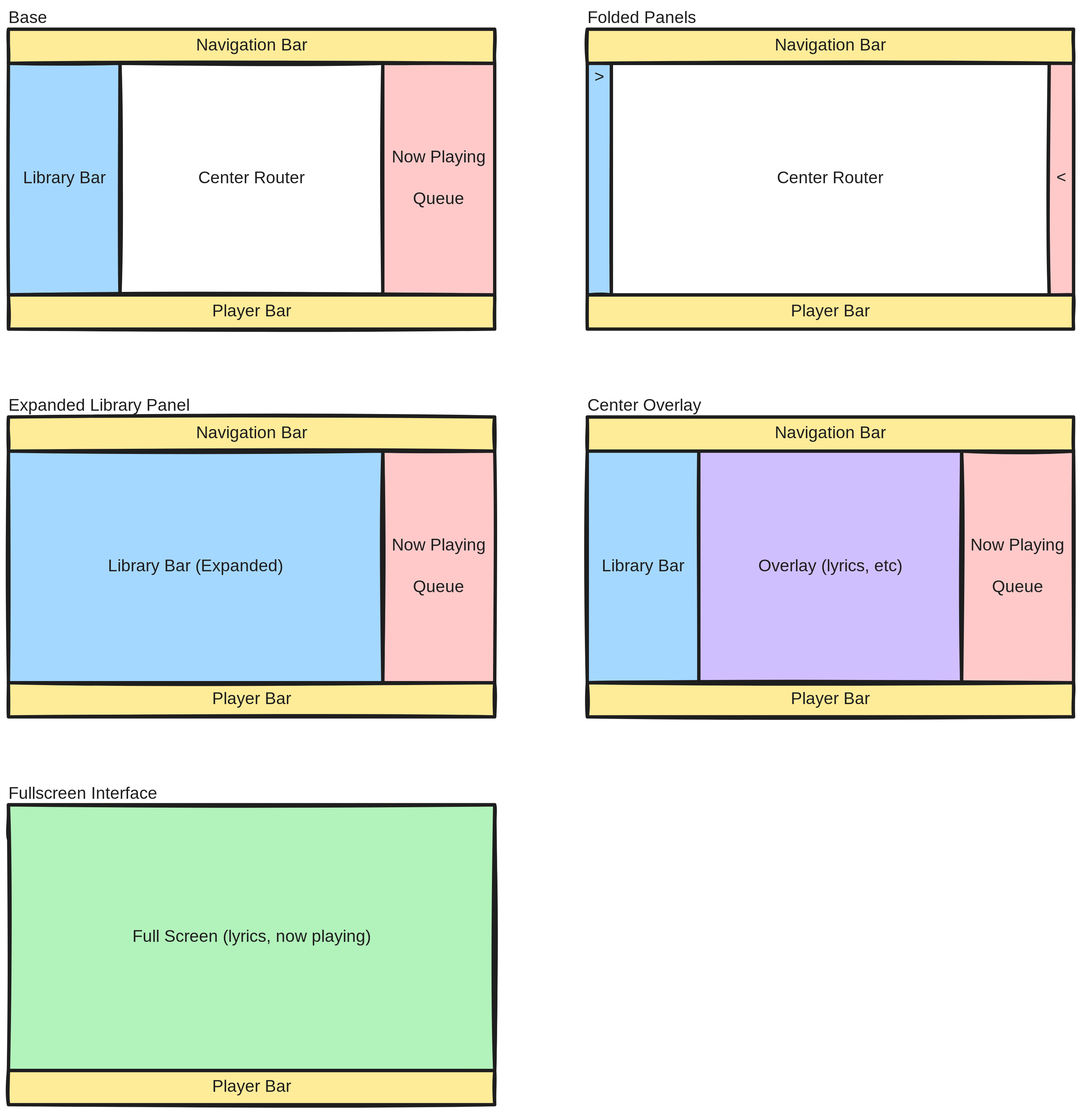
oktomusic/oktomusic keeps this Excalidraw diagram as docs/common/interface.excalidraw.svg. Above is the earlier version. Source tidied: one line per element, renumbered; positions are measured from the earlier drawing's top-left corner, leaving out a move shared by most shapes. Its diagram source:
```json
{"id": 0, "type": "rectangle", "strokeColor": "#1e1e1e", "backgroundColor": "#ffffff", "fillStyle": "solid", "strokeWidth": 4, "roughness": 1, "x": 134, "y": 66, "width": 315, "height": 278}
{"id": 1, "type": "text", "text": "Center Router", "strokeColor": "#1e1e1e", "backgroundColor": "#ffec99", "fillStyle": "solid", "strokeWidth": 4, "roughness": 1, "fontSize": 20, "fontFamily": 5, "textAlign": "center", "verticalAlign": "middle", "inside": 0, "x": 221, "y": 192, "width": 140, "height": 25}
{"id": 2, "type": "rectangle", "strokeColor": "#1e1e1e", "backgroundColor": "#ffc9c9", "fillStyle": "solid", "strokeWidth": 4, "roughness": 1, "x": 449, "y": 66, "width": 134, "height": 278}
{"id": 3, "type": "text", "text": "Now Playing\n\nQueue", "strokeColor": "#1e1e1e", "strokeWidth": 4, "strokeStyle": "dotted", "roughness": 1, "fontSize": 20, "fontFamily": 5, "textAlign": "center", "verticalAlign": "middle", "inside": 2, "x": 459, "y": 167, "width": 114, "height": 75}
{"id": 4, "type": "rectangle", "strokeColor": "#1e1e1e", "backgroundColor": "#a5d8ff", "fillStyle": "solid", "strokeWidth": 4, "roughness": 1, "x": 0, "y": 66, "width": 134, "height": 278}
{"id": 5, "type": "text", "text": "Library Bar", "strokeColor": "#1e1e1e", "backgroundColor": "#ffec99", "fillStyle": "solid", "strokeWidth": 4, "roughness": 1, "fontSize": 20, "fontFamily": 5, "textAlign": "center", "verticalAlign": "middle", "inside": 4, "x": 13, "y": 192, "width": 108, "height": 25}
{"id": 6, "type": "rectangle", "strokeColor": "#1e1e1e", "backgroundColor": "#ffec99", "fillStyle": "solid", "strokeWidth": 4, "roughness": 1, "x": 0, "y": 25, "width": 583, "height": 41}
{"id": 7, "type": "text", "text": "Navigation Bar", "strokeColor": "#1e1e1e", "backgroundColor": "#ffec99", "fillStyle": "solid", "strokeWidth": 4, "roughness": 1, "fontSize": 20, "fontFamily": 5, "textAlign": "center", "verticalAlign": "middle", "inside": 6, "x": 220, "y": 33, "width": 143, "height": 25}
{"id": 8, "type": "rectangle", "strokeColor": "#1e1e1e", "backgroundColor": "#ffec99", "fillStyle": "solid", "strokeWidth": 4, "roughness": 1, "x": 0, "y": 343, "width": 583, "height": 41}
{"id": 9, "type": "text", "text": "Player Bar", "strokeColor": "#1e1e1e", "backgroundColor": "#ffec99", "fillStyle": "solid", "strokeWidth": 4, "roughness": 1, "fontSize": 20, "fontFamily": 5, "textAlign": "center", "verticalAlign": "middle", "inside": 8, "x": 240, "y": 351, "width": 103, "height": 25}
{"id": 10, "type": "rectangle", "strokeColor": "#1e1e1e", "strokeWidth": 4, "roughness": 1, "x": 134, "y": 531, "width": 315, "height": 278}
{"id": 11, "type": "text", "text": "Center Router", "strokeColor": "#1e1e1e", "backgroundColor": "#ffec99", "fillStyle": "solid", "strokeWidth": 4, "roughness": 1, "fontSize": 20, "fontFamily": 5, "textAlign": "center", "verticalAlign": "middle", "inside": 10, "x": 221, "y": 657, "width": 140, "height": 25}
{"id": 12, "type": "rectangle", "strokeColor": "#1e1e1e", "backgroundColor": "#ffc9c9", "fillStyle": "solid", "strokeWidth": 4, "roughness": 1, "x": 449, "y": 531, "width": 134, "height": 278}
{"id": 13, "type": "text", "text": "Now Playing\n\nQueue", "strokeColor": "#1e1e1e", "strokeWidth": 4, "strokeStyle": "dotted", "roughness": 1, "fontSize": 20, "fontFamily": 5, "textAlign": "center", "verticalAlign": "middle", "inside": 12, "x": 459, "y": 632, "width": 114, "height": 75}
{"id": 14, "type": "rectangle", "strokeColor": "#1e1e1e", "backgroundColor": "#a5d8ff", "fillStyle": "solid", "strokeWidth": 4, "roughness": 1, "x": 0, "y": 531, "width": 449, "height": 278}
{"id": 15, "type": "text", "text": "Library Bar (Expanded)", "strokeColor": "#1e1e1e", "backgroundColor": "#ffec99", "fillStyle": "solid", "strokeWidth": 4, "roughness": 1, "fontSize": 20, "fontFamily": 5, "textAlign": "center", "verticalAlign": "middle", "inside": 14, "x": 111, "y": 657, "width": 226, "height": 25}
{"id": 16, "type": "rectangle", "strokeColor": "#1e1e1e", "backgroundColor": "#ffec99", "fillStyle": "solid", "strokeWidth": 4, "roughness": 1, "x": 0, "y": 490, "width": 583, "height": 41}
{"id": 17, "type": "text", "text": "Navigation Bar", "strokeColor": "#1e1e1e", "backgroundColor": "#ffec99", "fillStyle": "solid", "strokeWidth": 4, "roughness": 1, "fontSize": 20, "fontFamily": 5, "textAlign": "center", "verticalAlign": "middle", "inside": 16, "x": 220, "y": 498, "width": 143, "height": 25}
{"id": 18, "type": "rectangle", "strokeColor": "#1e1e1e", "backgroundColor": "#ffec99", "fillStyle": "solid", "strokeWidth": 4, "roughness": 1, "x": 0, "y": 808, "width": 583, "height": 41}
{"id": 19, "type": "text", "text": "Player Bar", "strokeColor": "#1e1e1e", "backgroundColor": "#ffec99", "fillStyle": "solid", "strokeWidth": 4, "roughness": 1, "fontSize": 20, "fontFamily": 5, "textAlign": "center", "verticalAlign": "middle", "inside": 18, "x": 240, "y": 816, "width": 103, "height": 25}
{"id": 20, "type": "rectangle", "strokeColor": "#1e1e1e", "strokeWidth": 4, "roughness": 1, "x": 134, "y": 995, "width": 315, "height": 278}
{"id": 21, "type": "text", "text": "Center Router", "strokeColor": "#1e1e1e", "backgroundColor": "#ffec99", "fillStyle": "solid", "strokeWidth": 4, "roughness": 1, "fontSize": 20, "fontFamily": 5, "textAlign": "center", "verticalAlign": "middle", "inside": 20, "x": 221, "y": 1122, "width": 140, "height": 25}
{"id": 22, "type": "rectangle", "strokeColor": "#1e1e1e", "backgroundColor": "#ffc9c9", "fillStyle": "solid", "strokeWidth": 4, "roughness": 1, "x": 449, "y": 995, "width": 134, "height": 278}
{"id": 23, "type": "text", "text": "Now Playing\n\nQueue", "strokeColor": "#1e1e1e", "strokeWidth": 4, "strokeStyle": "dotted", "roughness": 1, "fontSize": 20, "fontFamily": 5, "textAlign": "center", "verticalAlign": "middle", "inside": 22, "x": 459, "y": 1097, "width": 114, "height": 75}
{"id": 24, "type": "rectangle", "strokeColor": "#1e1e1e", "backgroundColor": "#ffec99", "fillStyle": "solid", "strokeWidth": 4, "roughness": 1, "x": 0, "y": 954, "width": 583, "height": 41}
{"id": 25, "type": "text", "text": "Navigation Bar", "strokeColor": "#1e1e1e", "backgroundColor": "#ffec99", "fillStyle": "solid", "strokeWidth": 4, "roughness": 1, "fontSize": 20, "fontFamily": 5, "textAlign": "center", "verticalAlign": "middle", "inside": 24, "x": 220, "y": 962, "width": 143, "height": 25}
{"id": 26, "type": "rectangle", "strokeColor": "#1e1e1e", "backgroundColor": "#b2f2bb", "fillStyle": "solid", "strokeWidth": 4, "roughness": 1, "x": 0, "y": 954, "width": 583, "height": 318}
{"id": 27, "type": "text", "text": "Full Screen (lyrics, now playing)", "strokeColor": "#1e1e1e", "backgroundColor": "#ffec99", "fillStyle": "solid", "strokeWidth": 4, "roughness": 1, "fontSize": 20, "fontFamily": 5, "textAlign": "center", "verticalAlign": "middle", "inside": 26, "x": 142, "y": 1101, "width": 299, "height": 25}
{"id": 28, "type": "rectangle", "strokeColor": "#1e1e1e", "backgroundColor": "#ffec99", "fillStyle": "solid", "strokeWidth": 4, "roughness": 1, "x": 0, "y": 1273, "width": 583, "height": 41}
{"id": 29, "type": "text", "text": "Player Bar", "strokeColor": "#1e1e1e", "backgroundColor": "#ffec99", "fillStyle": "solid", "strokeWidth": 4, "roughness": 1, "fontSize": 20, "fontFamily": 5, "textAlign": "center", "verticalAlign": "middle", "inside": 28, "x": 240, "y": 1281, "width": 103, "height": 25}
{"id": 30, "type": "rectangle", "strokeColor": "#1e1e1e", "backgroundColor": "#ffffff", "fillStyle": "solid", "strokeWidth": 4, "roughness": 1, "x": 722, "y": 66, "width": 525, "height": 278}
{"id": 31, "type": "text", "text": "Center Router", "strokeColor": "#1e1e1e", "backgroundColor": "#ffec99", "fillStyle": "solid", "strokeWidth": 4, "roughness": 1, "fontSize": 20, "fontFamily": 5, "textAlign": "center", "verticalAlign": "middle", "inside": 30, "x": 915, "y": 192, "width": 140, "height": 25}
{"id": 32, "type": "rectangle", "strokeColor": "#1e1e1e", "backgroundColor": "#ffc9c9", "fillStyle": "solid", "strokeWidth": 4, "roughness": 1, "x": 1247, "y": 65, "width": 29, "height": 278}
{"id": 33, "type": "text", "text": "<", "strokeColor": "#1e1e1e", "strokeWidth": 4, "strokeStyle": "dotted", "roughness": 1, "fontSize": 20, "fontFamily": 5, "textAlign": "center", "verticalAlign": "middle", "inside": 32, "x": 1256, "y": 192, "width": 11, "height": 25}
{"id": 34, "type": "rectangle", "strokeColor": "#1e1e1e", "backgroundColor": "#a5d8ff", "fillStyle": "solid", "strokeWidth": 4, "roughness": 1, "x": 694, "y": 66, "width": 29, "height": 278}
{"id": 35, "type": "text", "text": ">", "strokeColor": "#1e1e1e", "backgroundColor": "#ffec99", "fillStyle": "solid", "strokeWidth": 4, "roughness": 1, "fontSize": 20, "fontFamily": 5, "textAlign": "center", "inside": 34, "x": 703, "y": 71, "width": 11, "height": 25}
{"id": 36, "type": "rectangle", "strokeColor": "#1e1e1e", "backgroundColor": "#ffec99", "fillStyle": "solid", "strokeWidth": 4, "roughness": 1, "x": 694, "y": 25, "width": 583, "height": 41}
{"id": 37, "type": "text", "text": "Navigation Bar", "strokeColor": "#1e1e1e", "backgroundColor": "#ffec99", "fillStyle": "solid", "strokeWidth": 4, "roughness": 1, "fontSize": 20, "fontFamily": 5, "textAlign": "center", "verticalAlign": "middle", "inside": 36, "x": 913, "y": 33, "width": 143, "height": 25}
{"id": 38, "type": "rectangle", "strokeColor": "#1e1e1e", "backgroundColor": "#ffec99", "fillStyle": "solid", "strokeWidth": 4, "roughness": 1, "x": 694, "y": 343, "width": 583, "height": 41}
{"id": 39, "type": "text", "text": "Player Bar", "strokeColor": "#1e1e1e", "backgroundColor": "#ffec99", "fillStyle": "solid", "strokeWidth": 4, "roughness": 1, "fontSize": 20, "fontFamily": 5, "textAlign": "center", "verticalAlign": "middle", "inside": 38, "x": 934, "y": 351, "width": 103, "height": 25}
{"id": 40, "type": "rectangle", "strokeColor": "#1e1e1e", "backgroundColor": "#d0bfff", "fillStyle": "solid", "strokeWidth": 4, "roughness": 1, "x": 827, "y": 531, "width": 315, "height": 278}
{"id": 41, "type": "text", "text": "Overlay (lyrics, etc)", "strokeColor": "#1e1e1e", "backgroundColor": "#ffec99", "fillStyle": "solid", "strokeWidth": 4, "roughness": 1, "fontSize": 20, "fontFamily": 5, "textAlign": "center", "verticalAlign": "middle", "inside": 40, "x": 889, "y": 657, "width": 191, "height": 25}
{"id": 42, "type": "rectangle", "strokeColor": "#1e1e1e", "backgroundColor": "#ffc9c9", "fillStyle": "solid", "strokeWidth": 4, "roughness": 1, "x": 1142, "y": 531, "width": 134, "height": 278}
{"id": 43, "type": "text", "text": "Now Playing\n\nQueue", "strokeColor": "#1e1e1e", "strokeWidth": 4, "strokeStyle": "dotted", "roughness": 1, "fontSize": 20, "fontFamily": 5, "textAlign": "center", "verticalAlign": "middle", "inside": 42, "x": 1153, "y": 632, "width": 114, "height": 75}
{"id": 44, "type": "rectangle", "strokeColor": "#1e1e1e", "backgroundColor": "#a5d8ff", "fillStyle": "solid", "strokeWidth": 4, "roughness": 1, "x": 694, "y": 531, "width": 134, "height": 278}
{"id": 45, "type": "text", "text": "Library Bar", "strokeColor": "#1e1e1e", "backgroundColor": "#ffec99", "fillStyle": "solid", "strokeWidth": 4, "roughness": 1, "fontSize": 20, "fontFamily": 5, "textAlign": "center", "verticalAlign": "middle", "inside": 44, "x": 707, "y": 657, "width": 108, "height": 25}
{"id": 46, "type": "rectangle", "strokeColor": "#1e1e1e", "backgroundColor": "#ffec99", "fillStyle": "solid", "strokeWidth": 4, "roughness": 1, "x": 694, "y": 490, "width": 583, "height": 41}
{"id": 47, "type": "text", "text": "Navigation Bar", "strokeColor": "#1e1e1e", "backgroundColor": "#ffec99", "fillStyle": "solid", "strokeWidth": 4, "roughness": 1, "fontSize": 20, "fontFamily": 5, "textAlign": "center", "verticalAlign": "middle", "inside": 46, "x": 913, "y": 498, "width": 143, "height": 25}
{"id": 48, "type": "rectangle", "strokeColor": "#1e1e1e", "backgroundColor": "#ffec99", "fillStyle": "solid", "strokeWidth": 4, "roughness": 1, "x": 694, "y": 808, "width": 583, "height": 41}
{"id": 49, "type": "text", "text": "Player Bar", "strokeColor": "#1e1e1e", "backgroundColor": "#ffec99", "fillStyle": "solid", "strokeWidth": 4, "roughness": 1, "fontSize": 20, "fontFamily": 5, "textAlign": "center", "verticalAlign": "middle", "inside": 48, "x": 934, "y": 816, "width": 103, "height": 25}
{"id": 50, "type": "text", "text": "Base", "strokeColor": "#1e1e1e", "strokeWidth": 4, "strokeStyle": "dotted", "roughness": 1, "fontSize": 20, "fontFamily": 5, "x": 0, "y": 0, "width": 195, "height": 25}
{"id": 51, "type": "text", "text": "Folded Panels", "strokeColor": "#1e1e1e", "strokeWidth": 4, "strokeStyle": "dotted", "roughness": 1, "fontSize": 20, "fontFamily": 5, "x": 694, "y": 0, "width": 200, "height": 25}
{"id": 52, "type": "text", "text": "Expanded Library Panel", "strokeColor": "#1e1e1e", "strokeWidth": 4, "strokeStyle": "dotted", "roughness": 1, "fontSize": 20, "fontFamily": 5, "x": 0, "y": 465, "width": 290, "height": 25}
{"id": 53, "type": "text", "text": "Center Overlay", "strokeColor": "#1e1e1e", "strokeWidth": 4, "strokeStyle": "dotted", "roughness": 1, "fontSize": 20, "fontFamily": 5, "x": 694, "y": 465, "width": 201, "height": 25}
{"id": 54, "type": "text", "text": "Fullscreen Interface", "strokeColor": "#1e1e1e", "strokeWidth": 4, "strokeStyle": "dotted", "roughness": 1, "fontSize": 20, "fontFamily": 5, "x": 0, "y": 929, "width": 234, "height": 25}
```
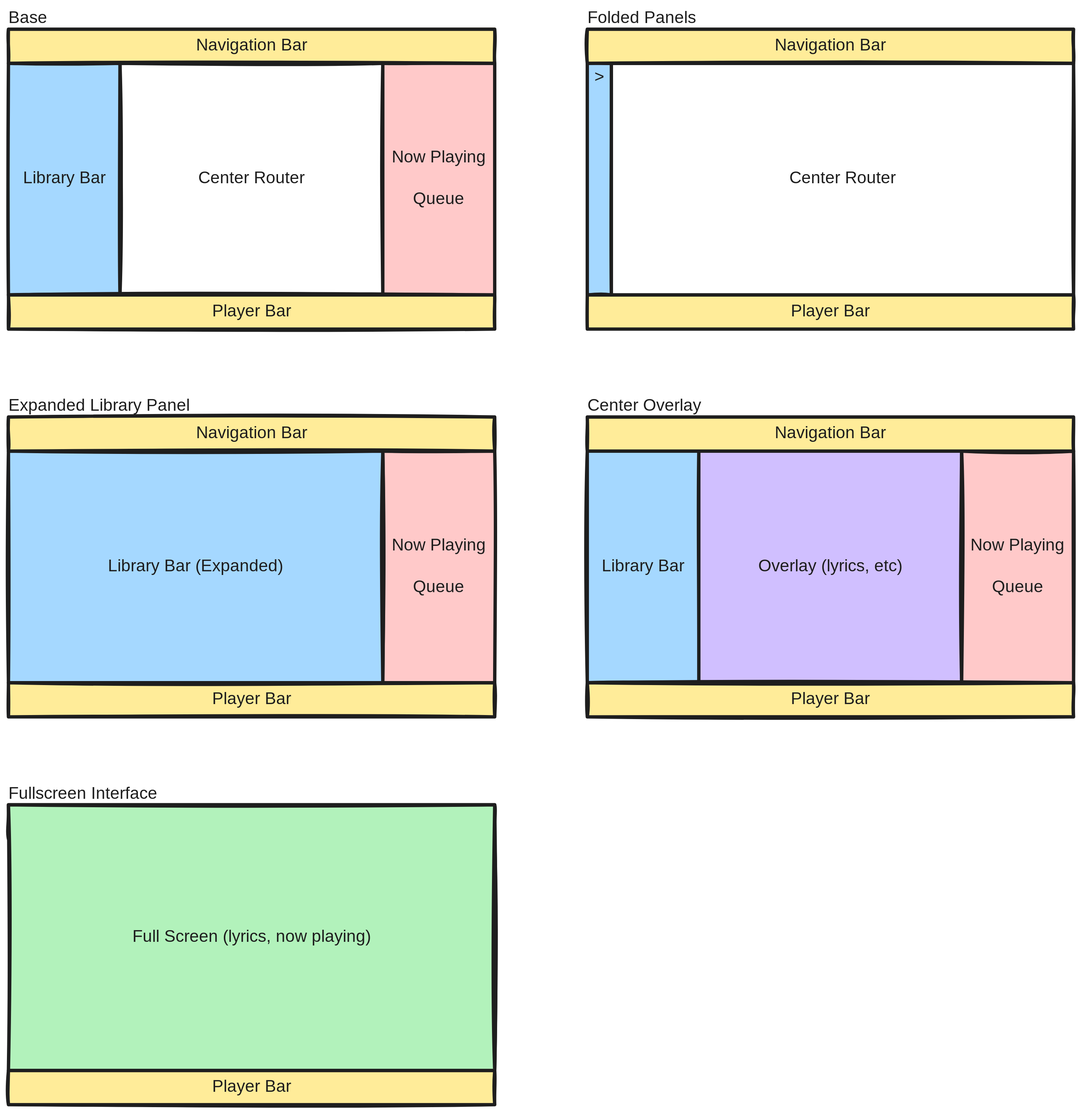
After the change.

Commit message:
fix(ci): typst compilation command line

Diff of the diagram source:
```diff
@@ -28,10 +28,8 @@
 {"id": 27, "type": "text", "text": "Full Screen (lyrics, now playing)", "strokeColor": "#1e1e1e", "backgroundColor": "#ffec99", "fillStyle": "solid", "strokeWidth": 4, "roughness": 1, "fontSize": 20, "fontFamily": 5, "textAlign": "center", "verticalAlign": "middle", "inside": 26, "x": 142, "y": 1101, "width": 299, "height": 25}
 {"id": 28, "type": "rectangle", "strokeColor": "#1e1e1e", "backgroundColor": "#ffec99", "fillStyle": "solid", "strokeWidth": 4, "roughness": 1, "x": 0, "y": 1273, "width": 583, "height": 41}
 {"id": 29, "type": "text", "text": "Player Bar", "strokeColor": "#1e1e1e", "backgroundColor": "#ffec99", "fillStyle": "solid", "strokeWidth": 4, "roughness": 1, "fontSize": 20, "fontFamily": 5, "textAlign": "center", "verticalAlign": "middle", "inside": 28, "x": 240, "y": 1281, "width": 103, "height": 25}
-{"id": 30, "type": "rectangle", "strokeColor": "#1e1e1e", "backgroundColor": "#ffffff", "fillStyle": "solid", "strokeWidth": 4, "roughness": 1, "x": 722, "y": 66, "width": 525, "height": 278}
+{"id": 30, "type": "rectangle", "strokeColor": "#1e1e1e", "backgroundColor": "#ffffff", "fillStyle": "solid", "strokeWidth": 4, "roughness": 1, "x": 722, "y": 66, "width": 554, "height": 278}
-{"id": 31, "type": "text", "text": "Center Router", "strokeColor": "#1e1e1e", "backgroundColor": "#ffec99", "fillStyle": "solid", "strokeWidth": 4, "roughness": 1, "fontSize": 20, "fontFamily": 5, "textAlign": "center", "verticalAlign": "middle", "inside": 30, "x": 915, "y": 192, "width": 140, "height": 25}
+{"id": 31, "type": "text", "text": "Center Router", "strokeColor": "#1e1e1e", "backgroundColor": "#ffec99", "fillStyle": "solid", "strokeWidth": 4, "roughness": 1, "fontSize": 20, "fontFamily": 5, "textAlign": "center", "verticalAlign": "middle", "inside": 30, "x": 930, "y": 192, "width": 140, "height": 25}
-{"id": 32, "type": "rectangle", "strokeColor": "#1e1e1e", "backgroundColor": "#ffc9c9", "fillStyle": "solid", "strokeWidth": 4, "roughness": 1, "x": 1247, "y": 65, "width": 29, "height": 278}
-{"id": 33, "type": "text", "text": "<", "strokeColor": "#1e1e1e", "strokeWidth": 4, "strokeStyle": "dotted", "roughness": 1, "fontSize": 20, "fontFamily": 5, "textAlign": "center", "verticalAlign": "middle", "inside": 32, "x": 1256, "y": 192, "width": 11, "height": 25}
 {"id": 34, "type": "rectangle", "strokeColor": "#1e1e1e", "backgroundColor": "#a5d8ff", "fillStyle": "solid", "strokeWidth": 4, "roughness": 1, "x": 694, "y": 66, "width": 29, "height": 278}
 {"id": 35, "type": "text", "text": ">", "strokeColor": "#1e1e1e", "backgroundColor": "#ffec99", "fillStyle": "solid", "strokeWidth": 4, "roughness": 1, "fontSize": 20, "fontFamily": 5, "textAlign": "center", "inside": 34, "x": 703, "y": 71, "width": 11, "height": 25}
 {"id": 36, "type": "rectangle", "strokeColor": "#1e1e1e", "backgroundColor": "#ffec99", "fillStyle": "solid", "strokeWidth": 4, "roughness": 1, "x": 694, "y": 25, "width": 583, "height": 41}
```
